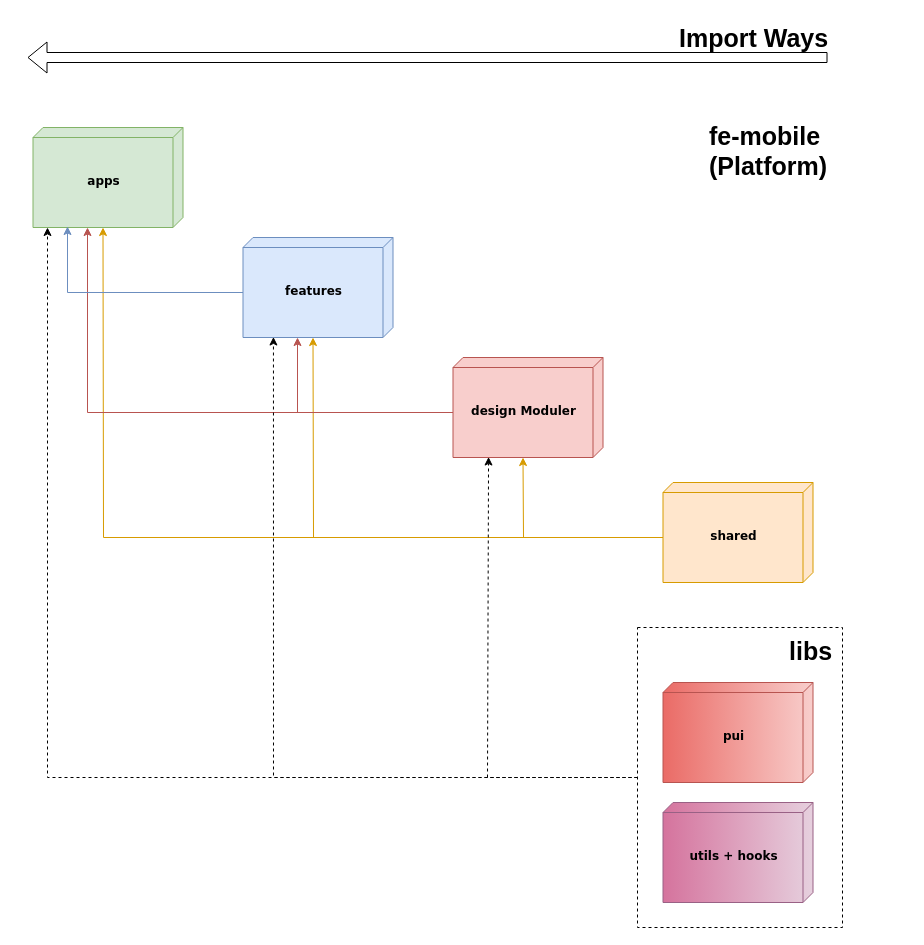
This is 2025_scaffolding_improve.drawio from monolifeYw/drawio, a draw.io file, before an edit. Source tidied: cells renumbered, new cells numbered last; positions are measured from the earlier drawing's top-left corner, leaving out a move shared by most shapes. Both pictures are drawn from the tidied source at 100%, with x=0, y=0 at pixel (17, 17).
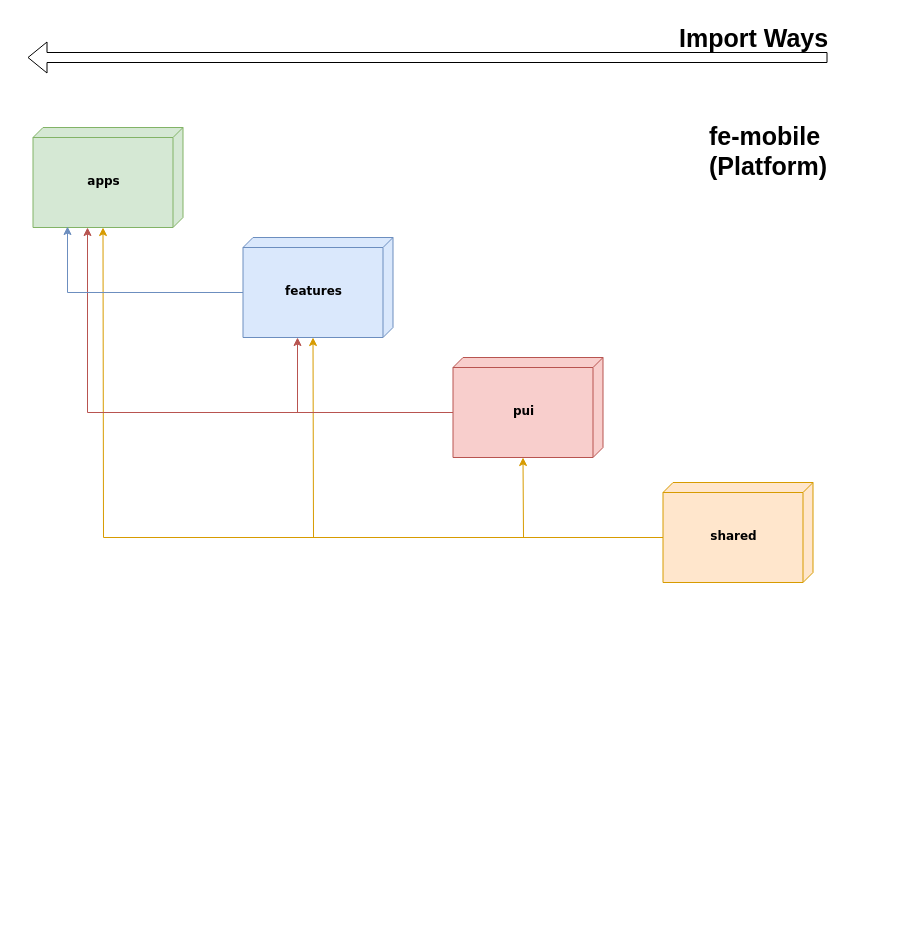
Above is the later version.

The change refers to these unchanged cells:
```xml
<mxCell id="4" value="features" style="verticalAlign=middle;align=center;spacingTop=8;spacingLeft=2;spacingRight=12;shape=cube;size=10;direction=south;fontStyle=1;html=1;rounded=0;shadow=0;comic=0;labelBackgroundColor=none;strokeWidth=1;fontFamily=Verdana;fontSize=12;strokeColor=#6c8ebf;fillColor=#dae8fc;" parent="1" vertex="1">
  <mxGeometry x="225.5" y="220" width="150" height="100" as="geometry" />
</mxCell>
```

The edit, as a diff of the source:
```diff
@@
-    <mxCell id="5" value="design Moduler" style="verticalAlign=middle;align=center;spacingTop=8;spacingLeft=2;spacingRight=12;shape=cube;size=10;direction=south;fontStyle=1;html=1;rounded=0;shadow=0;comic=0;labelBackgroundColor=none;strokeWidth=1;fontFamily=Verdana;fontSize=12;strokeColor=#b85450;fillColor=#f8cecc;" parent="1" vertex="1">
+    <mxCell id="5" value="pui" style="verticalAlign=middle;align=center;spacingTop=8;spacingLeft=2;spacingRight=12;shape=cube;size=10;direction=south;fontStyle=1;html=1;rounded=0;shadow=0;comic=0;labelBackgroundColor=none;strokeWidth=1;fontFamily=Verdana;fontSize=12;strokeColor=#b85450;fillColor=#f8cecc;" parent="1" vertex="1">
       <mxGeometry x="435.5" y="340" width="150" height="100" as="geometry" />
     </mxCell>
@@
-    <mxCell id="8" style="rounded=0;whiteSpace=wrap;html=1;dashed=1;" parent="1" vertex="1">
-      <mxGeometry x="620" y="610" width="205" height="300" as="geometry" />
-    </mxCell>
-    <mxCell id="9" value="pui" style="verticalAlign=middle;align=center;spacingTop=8;spacingLeft=2;spacingRight=12;shape=cube;size=10;direction=south;fontStyle=1;html=1;rounded=0;shadow=0;comic=0;labelBackgroundColor=none;strokeWidth=1;fontFamily=Verdana;fontSize=12;strokeColor=#b85450;fillColor=#f8cecc;gradientColor=#ea6b66;" parent="1" vertex="1">
-      <mxGeometry x="645.5" y="665" width="150" height="100" as="geometry" />
-    </mxCell>
-    <mxCell id="10" value="utils + hooks" style="verticalAlign=middle;align=center;spacingTop=8;spacingLeft=2;spacingRight=12;shape=cube;size=10;direction=south;fontStyle=1;html=1;rounded=0;shadow=0;comic=0;labelBackgroundColor=none;strokeWidth=1;fontFamily=Verdana;fontSize=12;fillColor=#e6d0de;strokeColor=#996185;gradientColor=#d5739d;" parent="1" vertex="1">
-      <mxGeometry x="645.5" y="785" width="150" height="100" as="geometry" />
-    </mxCell>
-    <mxCell id="11" value="libs" style="text;strokeColor=none;align=left;fillColor=none;html=1;verticalAlign=middle;whiteSpace=wrap;rounded=0;fontSize=25;fontStyle=1;" parent="1" vertex="1">
-      <mxGeometry x="770" y="590" width="120" height="85" as="geometry" />
-    </mxCell>
@@
-    <mxCell id="18" style="endArrow=classic;html=1;rounded=0;exitX=0;exitY=0.5;exitDx=0;exitDy=0;entryX=0.995;entryY=0.763;entryDx=0;entryDy=0;entryPerimeter=0;dashed=1;" parent="1" edge="1" source="8" target="5">
-      <mxGeometry relative="1" as="geometry">
-        <Array as="points">
-          <mxPoint x="470" y="760" />
-        </Array>
-      </mxGeometry>
-    </mxCell>
-    <mxCell id="19" style="endArrow=classic;html=1;rounded=0;exitX=0;exitY=0.5;exitDx=0;exitDy=0;entryX=0.995;entryY=0.797;entryDx=0;entryDy=0;entryPerimeter=0;dashed=1;" parent="1" edge="1" source="8" target="4">
-      <mxGeometry relative="1" as="geometry">
-        <Array as="points">
-          <mxPoint x="256" y="760" />
-        </Array>
-      </mxGeometry>
-    </mxCell>
-    <mxCell id="20" style="endArrow=classic;html=1;rounded=0;exitX=0;exitY=0.5;exitDx=0;exitDy=0;dashed=1;" parent="1" edge="1" source="8">
-      <mxGeometry relative="1" as="geometry">
-        <mxPoint x="30" y="210" as="targetPoint" />
-        <Array as="points">
-          <mxPoint x="30" y="760" />
-        </Array>
-      </mxGeometry>
-    </mxCell>
```
